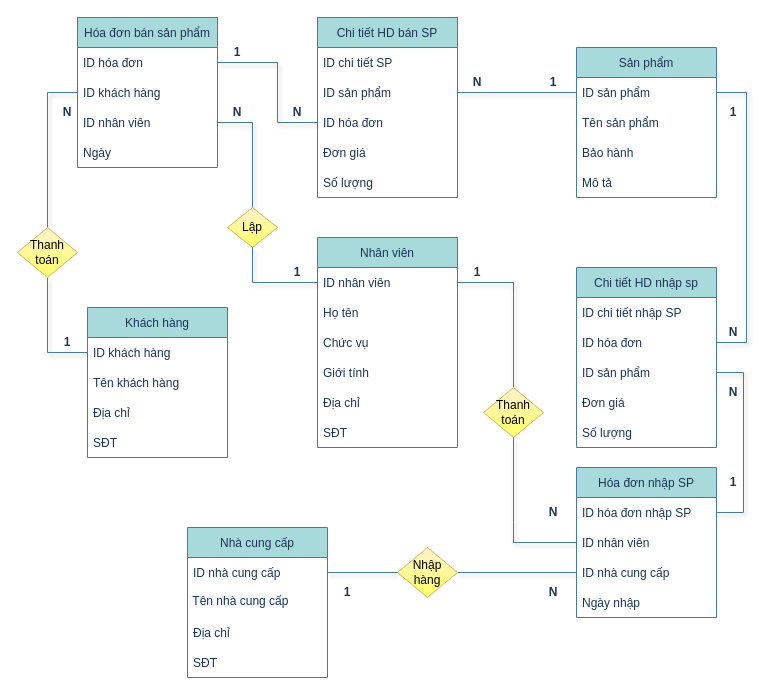
This is Untitled Diagram.drawio from duy1009/abc, a draw.io file, before an edit. Source tidied: cells renumbered, new cells numbered last; positions are measured from the earlier drawing's top-left corner, leaving out a move shared by most shapes. Both pictures are drawn from the tidied source at 100%, with x=0, y=0 at pixel (17, 17).
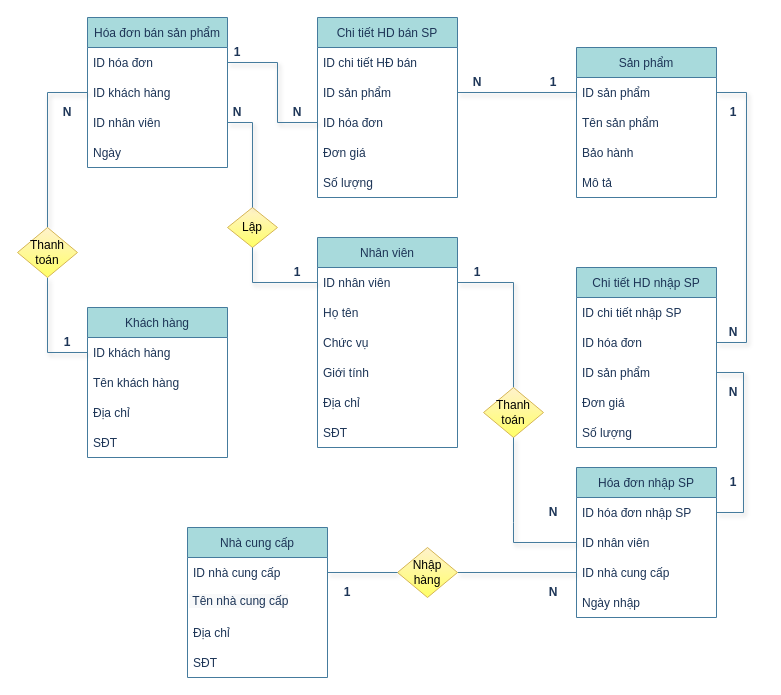
Above is the later version.

The change refers to these unchanged cells:
```xml
<mxCell id="12" value="Chi tiết HD bán SP" style="swimlane;fontStyle=0;horizontal=1;startSize=30;fillColor=#A8DADC;strokeColor=#457B9D;fontColor=#1D3557;" parent="1" vertex="1">
  <mxGeometry x="300" width="140" height="180" as="geometry" />
</mxCell>
```

The edit, as a diff of the source:
```diff
@@
     <mxCell id="2" value="Hóa đơn bán sản phẩm" style="swimlane;fontStyle=0;horizontal=1;startSize=30;fillColor=#A8DADC;strokeColor=#457B9D;fontColor=#1D3557;" parent="1" vertex="1">
-      <mxGeometry x="60" width="140" height="150" as="geometry" />
+      <mxGeometry x="70" width="140" height="150" as="geometry" />
     </mxCell>
@@
-    <mxCell id="13" value="ID chi tiết SP" style="text;strokeColor=none;fillColor=none;align=left;verticalAlign=middle;spacingLeft=4;spacingRight=4;overflow=hidden;fontColor=#1D3557;" parent="12" vertex="1">
+    <mxCell id="13" value="ID chi tiết HĐ bán" style="text;strokeColor=none;fillColor=none;align=left;verticalAlign=middle;spacingLeft=4;spacingRight=4;overflow=hidden;fontColor=#1D3557;" parent="12" vertex="1">
       <mxGeometry y="30" width="140" height="30" as="geometry" />
     </mxCell>
@@
-    <mxCell id="55" value="Chi tiết HD nhập sp" style="swimlane;fontStyle=0;horizontal=1;startSize=30;fillColor=#A8DADC;strokeColor=#457B9D;fontColor=#1D3557;" parent="1" vertex="1">
+    <mxCell id="55" value="Chi tiết HD nhập SP" style="swimlane;fontStyle=0;horizontal=1;startSize=30;fillColor=#A8DADC;strokeColor=#457B9D;fontColor=#1D3557;" parent="1" vertex="1">
       <mxGeometry x="559" y="250" width="140" height="180" as="geometry" />
     </mxCell>
```
